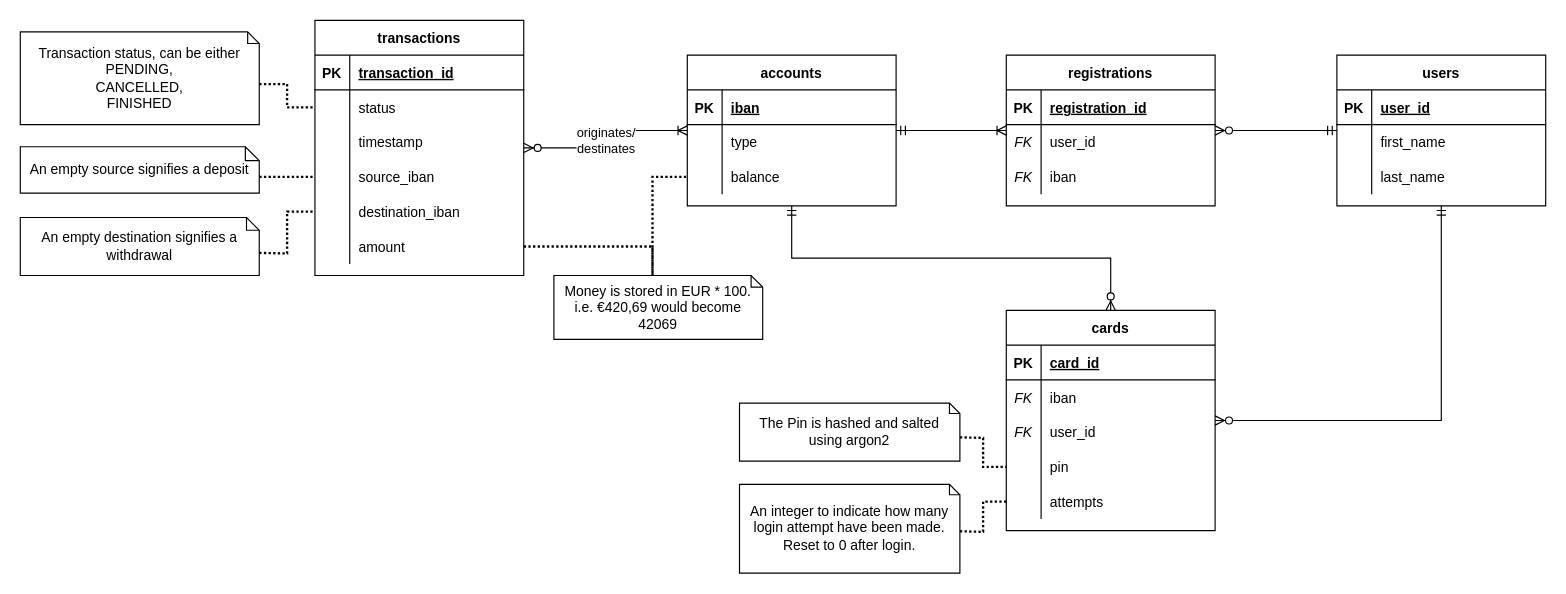
The draw.io diagram doc/ERD.drawio in Herbankers/hb-server, before the edit. Source tidied: cells renumbered, new cells numbered last; positions are measured from the earlier drawing's top-left corner, leaving out a move shared by most shapes. Both pictures are drawn from the tidied source at 116%, with x=0, y=0 at pixel (20, 20).
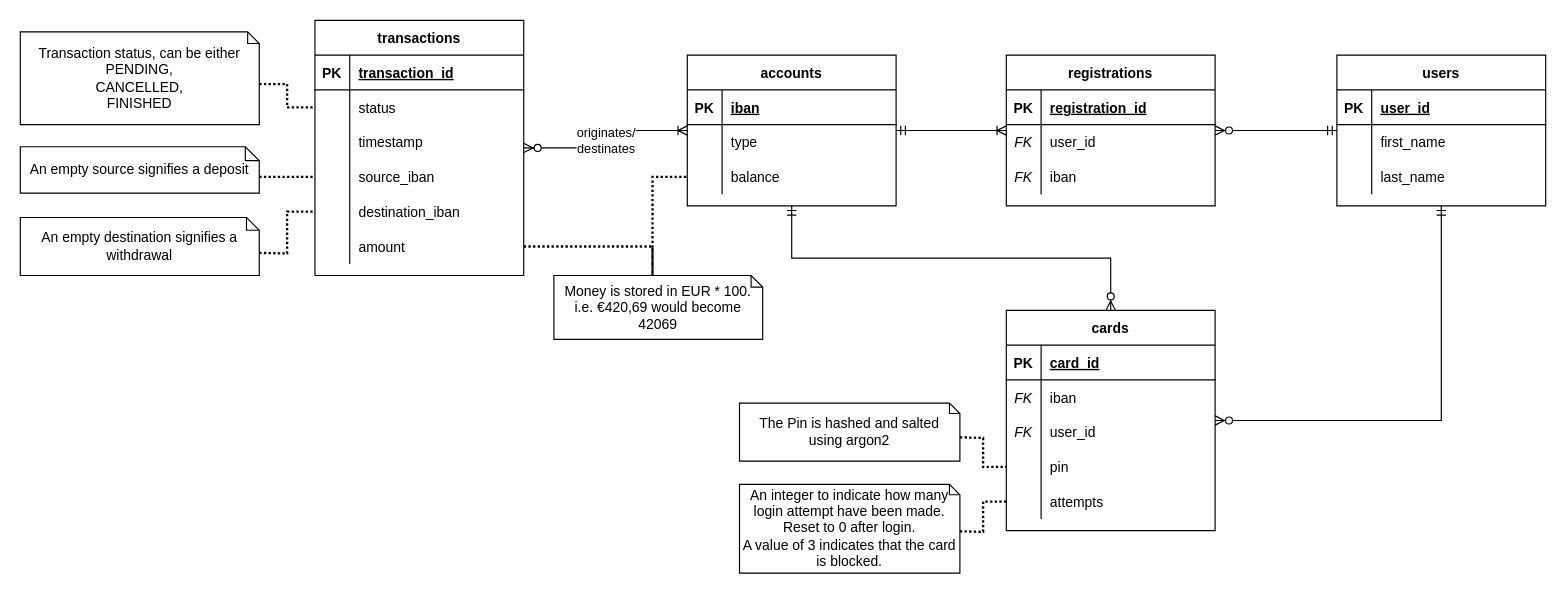
The same diagram, later.

Commit message (it also covers changes not shown here):
start on new request handler architecture

What changed in the source:
```diff
@@
-    <mxCell id="62" value="An integer to indicate how many login attempt have been made.&lt;br&gt;Reset to 0 after login." style="shape=note;size=9;whiteSpace=wrap;html=1;" parent="1" vertex="1">
+    <mxCell id="62" value="An integer to indicate how many login attempt have been made.&lt;br&gt;Reset to 0 after login.&lt;br&gt;A value of 3 indicates that the card is blocked." style="shape=note;size=9;whiteSpace=wrap;html=1;" parent="1" vertex="1">
       <mxGeometry x="620" y="400" width="190" height="76.6" as="geometry" />
     </mxCell>
```
